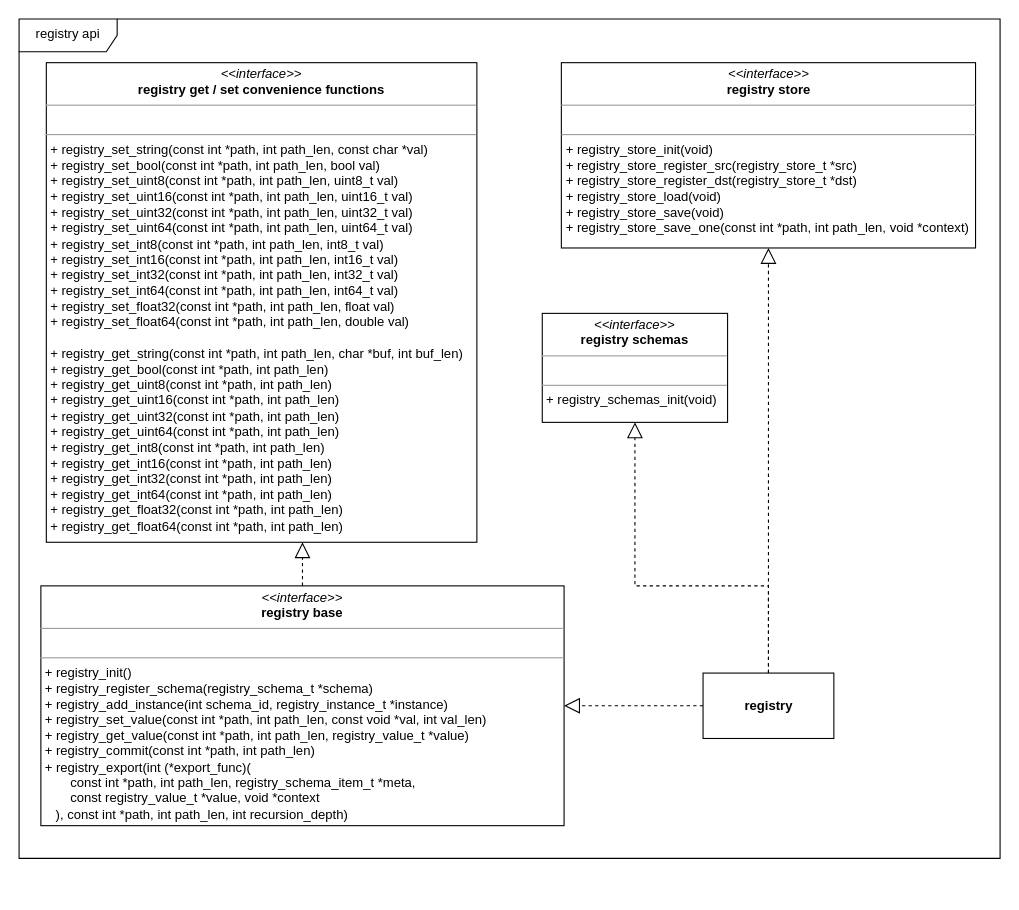
Earlier version of the draw.io diagram doc/drawio/api.drawio (LasseRosenow/riot-runtime-config). Source tidied: cells renumbered, new cells numbered last; positions are measured from the earlier drawing's top-left corner, leaving out a move shared by most shapes. Both pictures are drawn from the tidied source at 109%, with x=0, y=0 at pixel (19, 19).
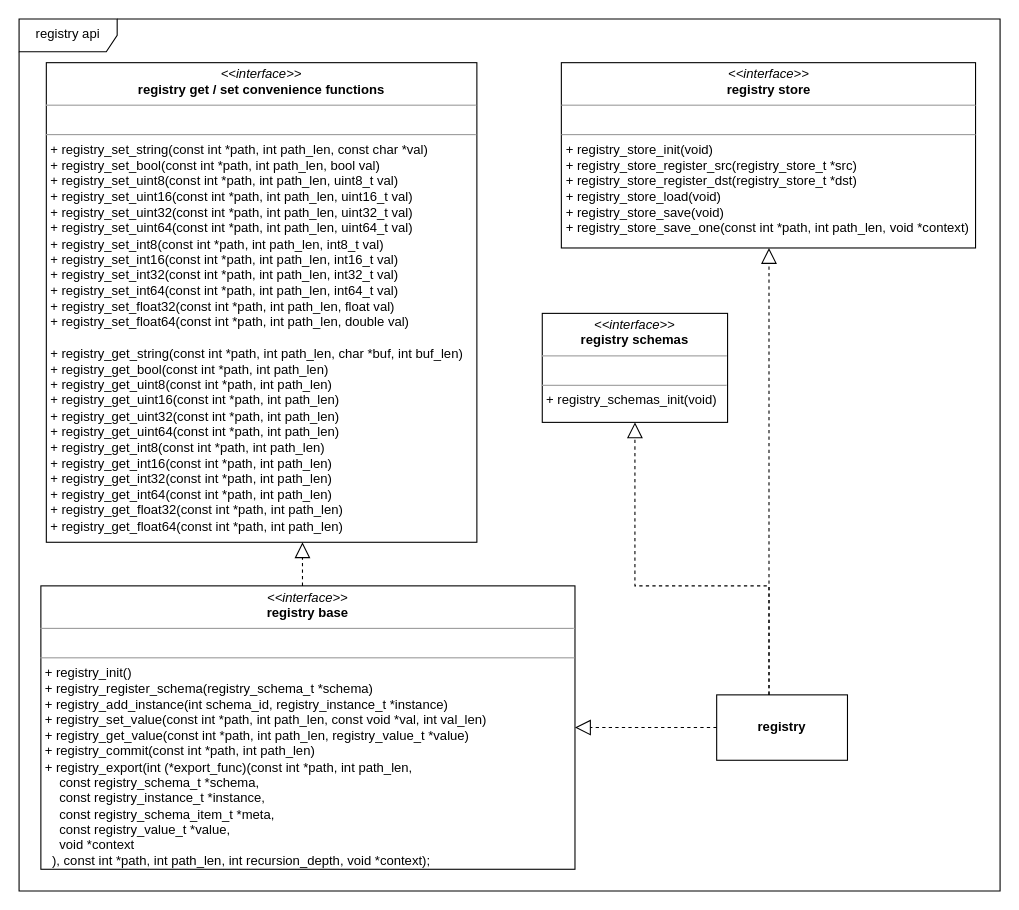
The same diagram, later.

Commit message (it also covers changes not shown here):
Finish export rewrite

Change to the diagram source:
```diff
@@
 <mxGraphModel background="#FFFFFF">
   <root>
     <mxCell id="0" />
     <mxCell id="1" parent="0" />
     <mxCell id="2" value="registry api" style="shape=umlFrame;whiteSpace=wrap;html=1;verticalAlign=top;width=90;height=30;swimlaneFillColor=#ffffff;" parent="1" vertex="1">
-      <mxGeometry width="900" height="770" as="geometry" />
+      <mxGeometry width="900" height="800" as="geometry" />
     </mxCell>
-    <mxCell id="3" value="&lt;p style=&quot;margin: 0px ; margin-top: 4px ; text-align: center&quot;&gt;&lt;i&gt;&amp;lt;&amp;lt;interface&amp;gt;&amp;gt;&lt;/i&gt;&lt;br&gt;&lt;b&gt;registry base&lt;/b&gt;&lt;br&gt;&lt;/p&gt;&lt;hr size=&quot;1&quot;&gt;&lt;p style=&quot;margin: 0px ; margin-left: 4px&quot;&gt;&lt;br&gt;&lt;/p&gt;&lt;hr size=&quot;1&quot;&gt;&lt;p style=&quot;margin: 0px ; margin-left: 4px&quot;&gt;+ registry_init()&lt;/p&gt;&lt;p style=&quot;margin: 0px ; margin-left: 4px&quot;&gt;+ registry_register_schema(registry_schema_t *schema)&lt;/p&gt;&lt;p style=&quot;margin: 0px ; margin-left: 4px&quot;&gt;+ registry_add_instance(int schema_id, registry_instance_t *instance)&lt;/p&gt;&lt;p style=&quot;margin: 0px ; margin-left: 4px&quot;&gt;+ registry_set_value(const int *path, int path_len, const void *val, int val_len)&lt;/p&gt;&lt;p style=&quot;margin: 0px ; margin-left: 4px&quot;&gt;+ registry_get_value(const int *path, int path_len, registry_value_t *value)&lt;/p&gt;&lt;p style=&quot;margin: 0px ; margin-left: 4px&quot;&gt;+ registry_commit(const int *path, int path_len)&lt;/p&gt;&lt;p style=&quot;margin: 0px ; margin-left: 4px&quot;&gt;+&amp;nbsp;&lt;span&gt;registry_export(int (*export_func)(&lt;/span&gt;&lt;/p&gt;&lt;p style=&quot;margin: 0px ; margin-left: 4px&quot;&gt;&lt;span&gt;&amp;nbsp; &amp;nbsp; &amp;nbsp; &amp;nbsp;const int *path, int path_len, registry_schema_item_t *meta,&amp;nbsp;&lt;/span&gt;&lt;/p&gt;&lt;p style=&quot;margin: 0px ; margin-left: 4px&quot;&gt;&lt;span&gt;&amp;nbsp; &amp;nbsp; &amp;nbsp; &amp;nbsp;const registry_value_t *value,&amp;nbsp;&lt;/span&gt;&lt;span&gt;void *context&lt;/span&gt;&lt;/p&gt;&lt;p style=&quot;margin: 0px ; margin-left: 4px&quot;&gt;&lt;span&gt;&amp;nbsp; &amp;nbsp;), const int *path, int path_len, int recursion_depth)&lt;/span&gt;&lt;/p&gt;" style="verticalAlign=top;align=left;overflow=fill;fontSize=12;fontFamily=Helvetica;html=1;" parent="1" vertex="1">
-      <mxGeometry x="20" y="520" width="480" height="220" as="geometry" />
+    <mxCell id="3" value="&lt;p style=&quot;margin: 0px ; margin-top: 4px ; text-align: center&quot;&gt;&lt;i&gt;&amp;lt;&amp;lt;interface&amp;gt;&amp;gt;&lt;/i&gt;&lt;br&gt;&lt;b&gt;registry base&lt;/b&gt;&lt;br&gt;&lt;/p&gt;&lt;hr size=&quot;1&quot;&gt;&lt;p style=&quot;margin: 0px ; margin-left: 4px&quot;&gt;&lt;br&gt;&lt;/p&gt;&lt;hr size=&quot;1&quot;&gt;&lt;p style=&quot;margin: 0px ; margin-left: 4px&quot;&gt;+ registry_init()&lt;/p&gt;&lt;p style=&quot;margin: 0px ; margin-left: 4px&quot;&gt;+ registry_register_schema(registry_schema_t *schema)&lt;/p&gt;&lt;p style=&quot;margin: 0px ; margin-left: 4px&quot;&gt;+ registry_add_instance(int schema_id, registry_instance_t *instance)&lt;/p&gt;&lt;p style=&quot;margin: 0px ; margin-left: 4px&quot;&gt;+ registry_set_value(const int *path, int path_len, const void *val, int val_len)&lt;/p&gt;&lt;p style=&quot;margin: 0px ; margin-left: 4px&quot;&gt;+ registry_get_value(const int *path, int path_len, registry_value_t *value)&lt;/p&gt;&lt;p style=&quot;margin: 0px ; margin-left: 4px&quot;&gt;+ registry_commit(const int *path, int path_len)&lt;/p&gt;&lt;p style=&quot;margin: 0px ; margin-left: 4px&quot;&gt;+&amp;nbsp;&lt;span&gt;registry_export(int (*export_func)(const int *path, int path_len,&lt;/span&gt;&lt;br&gt;&lt;/p&gt;&lt;p style=&quot;margin: 0px ; margin-left: 4px&quot;&gt;&amp;nbsp; &amp;nbsp; const registry_schema_t *schema,&lt;/p&gt;&lt;p style=&quot;margin: 0px ; margin-left: 4px&quot;&gt;&amp;nbsp; &amp;nbsp; const registry_instance_t *instance,&lt;/p&gt;&lt;p style=&quot;margin: 0px ; margin-left: 4px&quot;&gt;&amp;nbsp; &amp;nbsp; const registry_schema_item_t *meta,&lt;/p&gt;&lt;p style=&quot;margin: 0px ; margin-left: 4px&quot;&gt;&amp;nbsp; &amp;nbsp; const registry_value_t *value,&lt;/p&gt;&lt;p style=&quot;margin: 0px ; margin-left: 4px&quot;&gt;&amp;nbsp; &amp;nbsp; void *context&lt;/p&gt;&lt;p style=&quot;margin: 0px ; margin-left: 4px&quot;&gt;&amp;nbsp; ), const int *path, int path_len, int recursion_depth, void *context);&lt;/p&gt;" style="verticalAlign=top;align=left;overflow=fill;fontSize=12;fontFamily=Helvetica;html=1;" parent="1" vertex="1">
+      <mxGeometry x="20" y="520" width="490" height="260" as="geometry" />
     </mxCell>
     <mxCell id="4" value="&lt;p style=&quot;margin: 0px ; margin-top: 4px ; text-align: center&quot;&gt;&lt;i&gt;&amp;lt;&amp;lt;interface&amp;gt;&amp;gt;&lt;/i&gt;&lt;br&gt;&lt;b&gt;registry store&lt;/b&gt;&lt;br&gt;&lt;/p&gt;&lt;hr size=&quot;1&quot;&gt;&lt;p style=&quot;margin: 0px ; margin-left: 4px&quot;&gt;&lt;br&gt;&lt;/p&gt;&lt;hr size=&quot;1&quot;&gt;&lt;p style=&quot;margin: 0px ; margin-left: 4px&quot;&gt;+ registry_store_init(void)&lt;br&gt;&lt;/p&gt;&lt;p style=&quot;margin: 0px ; margin-left: 4px&quot;&gt;+ registry_store_register_src(registry_store_t *src)&lt;br&gt;&lt;/p&gt;&lt;p style=&quot;margin: 0px ; margin-left: 4px&quot;&gt;+ registry_store_register_dst(registry_store_t *dst)&lt;br&gt;&lt;/p&gt;&lt;p style=&quot;margin: 0px ; margin-left: 4px&quot;&gt;+ registry_store_load(void)&lt;br&gt;&lt;/p&gt;&lt;p style=&quot;margin: 0px 0px 0px 4px&quot;&gt;+ registry_store_save(void)&lt;/p&gt;&lt;p style=&quot;margin: 0px 0px 0px 4px&quot;&gt;+ registry_store_save_one(const int *path, int path_len, void *context)&lt;/p&gt;" style="verticalAlign=top;align=left;overflow=fill;fontSize=12;fontFamily=Helvetica;html=1;" parent="1" vertex="1">
       <mxGeometry x="497.5" y="40" width="380" height="170" as="geometry" />
     </mxCell>
     <mxCell id="5" value="&lt;b&gt;registry&lt;/b&gt;" style="rounded=0;whiteSpace=wrap;html=1;" parent="1" vertex="1">
-      <mxGeometry x="627.5" y="600" width="120" height="60" as="geometry" />
+      <mxGeometry x="640" y="620" width="120" height="60" as="geometry" />
     </mxCell>
     <mxCell id="6" style="endArrow=block;dashed=1;endFill=0;endSize=12;html=1;edgeStyle=orthogonalEdgeStyle;rounded=0;" parent="1" edge="1" source="5" target="3">
       <mxGeometry relative="1" as="geometry" />
     </mxCell>
     <mxCell id="7" style="endArrow=block;dashed=1;endFill=0;endSize=12;html=1;edgeStyle=orthogonalEdgeStyle;rounded=0;" parent="1" edge="1" source="5" target="4">
       <mxGeometry relative="1" as="geometry">
         <Array as="points">
           <mxPoint x="688" y="510" />
           <mxPoint x="688" y="510" />
         </Array>
       </mxGeometry>
     </mxCell>
     <mxCell id="8" value="&lt;p style=&quot;margin: 0px ; margin-top: 4px ; text-align: center&quot;&gt;&lt;i&gt;&amp;lt;&amp;lt;interface&amp;gt;&amp;gt;&lt;/i&gt;&lt;br&gt;&lt;b&gt;registry get / set convenience functions&lt;/b&gt;&lt;br&gt;&lt;/p&gt;&lt;hr size=&quot;1&quot;&gt;&lt;p style=&quot;margin: 0px ; margin-left: 4px&quot;&gt;&lt;br&gt;&lt;/p&gt;&lt;hr size=&quot;1&quot;&gt;&lt;p style=&quot;margin: 0px 0px 0px 4px&quot;&gt;+&amp;nbsp;registry_set_string(const int *path, int path_len, const char *val)&lt;/p&gt;&lt;p style=&quot;margin: 0px 0px 0px 4px&quot;&gt;+&amp;nbsp;registry_set_bool(const int *path, int path_len, bool val)&lt;/p&gt;&lt;p style=&quot;margin: 0px 0px 0px 4px&quot;&gt;+&amp;nbsp;registry_set_uint8(const int *path, int path_len, uint8_t val)&lt;/p&gt;&lt;p style=&quot;margin: 0px 0px 0px 4px&quot;&gt;+&amp;nbsp;registry_set_uint16(const int *path, int path_len, uint16_t val)&lt;/p&gt;&lt;p style=&quot;margin: 0px 0px 0px 4px&quot;&gt;+&amp;nbsp;registry_set_uint32(const int *path, int path_len, uint32_t val)&lt;/p&gt;&lt;p style=&quot;margin: 0px 0px 0px 4px&quot;&gt;+&amp;nbsp;registry_set_uint64(const int *path, int path_len, uint64_t val)&lt;/p&gt;&lt;p style=&quot;margin: 0px 0px 0px 4px&quot;&gt;+&amp;nbsp;registry_set_int8(const int *path, int path_len, int8_t val)&lt;/p&gt;&lt;p style=&quot;margin: 0px 0px 0px 4px&quot;&gt;+&amp;nbsp;registry_set_int16(const int *path, int path_len, int16_t val)&lt;/p&gt;&lt;p style=&quot;margin: 0px 0px 0px 4px&quot;&gt;+&amp;nbsp;registry_set_int32(const int *path, int path_len, int32_t val)&lt;/p&gt;&lt;p style=&quot;margin: 0px 0px 0px 4px&quot;&gt;+&amp;nbsp;registry_set_int64(const int *path, int path_len, int64_t val)&lt;/p&gt;&lt;p style=&quot;margin: 0px 0px 0px 4px&quot;&gt;+&amp;nbsp;registry_set_float32(const int *path, int path_len, float val)&lt;/p&gt;&lt;p style=&quot;margin: 0px 0px 0px 4px&quot;&gt;+&amp;nbsp;registry_set_float64(const int *path, int path_len, double val)&lt;/p&gt;&lt;p style=&quot;margin: 0px ; margin-left: 4px&quot;&gt;&lt;br&gt;&lt;/p&gt;&lt;p style=&quot;margin: 0px ; margin-left: 4px&quot;&gt;+&amp;nbsp;registry_get_string(const int *path, int path_len, char *buf, int buf_len)&lt;/p&gt;&lt;p style=&quot;margin: 0px ; margin-left: 4px&quot;&gt;+&amp;nbsp;registry_get_bool(const int *path, int path_len)&lt;/p&gt;&lt;p style=&quot;margin: 0px ; margin-left: 4px&quot;&gt;+&amp;nbsp;registry_get_uint8(const int *path, int path_len)&lt;/p&gt;&lt;p style=&quot;margin: 0px ; margin-left: 4px&quot;&gt;+&amp;nbsp;registry_get_uint16(const int *path, int path_len)&lt;/p&gt;&lt;p style=&quot;margin: 0px ; margin-left: 4px&quot;&gt;+&amp;nbsp;registry_get_uint32(const int *path, int path_len)&lt;/p&gt;&lt;p style=&quot;margin: 0px ; margin-left: 4px&quot;&gt;+&amp;nbsp;registry_get_uint64(const int *path, int path_len)&lt;/p&gt;&lt;p style=&quot;margin: 0px ; margin-left: 4px&quot;&gt;+&amp;nbsp;registry_get_int8(const int *path, int path_len)&lt;/p&gt;&lt;p style=&quot;margin: 0px ; margin-left: 4px&quot;&gt;+&amp;nbsp;registry_get_int16(const int *path, int path_len)&lt;/p&gt;&lt;p style=&quot;margin: 0px ; margin-left: 4px&quot;&gt;+&amp;nbsp;registry_get_int32(const int *path, int path_len)&lt;/p&gt;&lt;p style=&quot;margin: 0px ; margin-left: 4px&quot;&gt;+&amp;nbsp;registry_get_int64(const int *path, int path_len)&lt;/p&gt;&lt;p style=&quot;margin: 0px ; margin-left: 4px&quot;&gt;+&amp;nbsp;registry_get_float32(const int *path, int path_len)&lt;/p&gt;&lt;p style=&quot;margin: 0px ; margin-left: 4px&quot;&gt;+&amp;nbsp;registry_get_float64(const int *path, int path_len)&lt;/p&gt;" style="verticalAlign=top;align=left;overflow=fill;fontSize=12;fontFamily=Helvetica;html=1;" parent="1" vertex="1">
       <mxGeometry x="25" y="40" width="395" height="440" as="geometry" />
     </mxCell>
     <mxCell id="9" style="endArrow=block;dashed=1;endFill=0;endSize=12;html=1;edgeStyle=orthogonalEdgeStyle;rounded=0;" parent="1" edge="1" source="3" target="8">
       <mxGeometry relative="1" as="geometry">
         <Array as="points">
           <mxPoint x="260" y="510" />
           <mxPoint x="260" y="510" />
         </Array>
       </mxGeometry>
     </mxCell>
     <mxCell id="10" value="&lt;p style=&quot;margin: 0px ; margin-top: 4px ; text-align: center&quot;&gt;&lt;i&gt;&amp;lt;&amp;lt;interface&amp;gt;&amp;gt;&lt;/i&gt;&lt;br&gt;&lt;b&gt;registry schemas&lt;/b&gt;&lt;br&gt;&lt;/p&gt;&lt;hr size=&quot;1&quot;&gt;&lt;p style=&quot;margin: 0px ; margin-left: 4px&quot;&gt;&lt;br&gt;&lt;/p&gt;&lt;hr size=&quot;1&quot;&gt;&lt;p style=&quot;margin: 0px ; margin-left: 4px&quot;&gt;+ registry_schemas_init(void)&lt;/p&gt;" style="verticalAlign=top;align=left;overflow=fill;fontSize=12;fontFamily=Helvetica;html=1;" parent="1" vertex="1">
       <mxGeometry x="480" y="270" width="170" height="100" as="geometry" />
     </mxCell>
     <mxCell id="11" style="endArrow=block;dashed=1;endFill=0;endSize=12;html=1;edgeStyle=orthogonalEdgeStyle;rounded=0;" parent="1" edge="1" source="5" target="10">
       <mxGeometry relative="1" as="geometry">
         <Array as="points">
           <mxPoint x="688" y="520" />
           <mxPoint x="565" y="520" />
         </Array>
       </mxGeometry>
     </mxCell>
   </root>
 </mxGraphModel>
```
